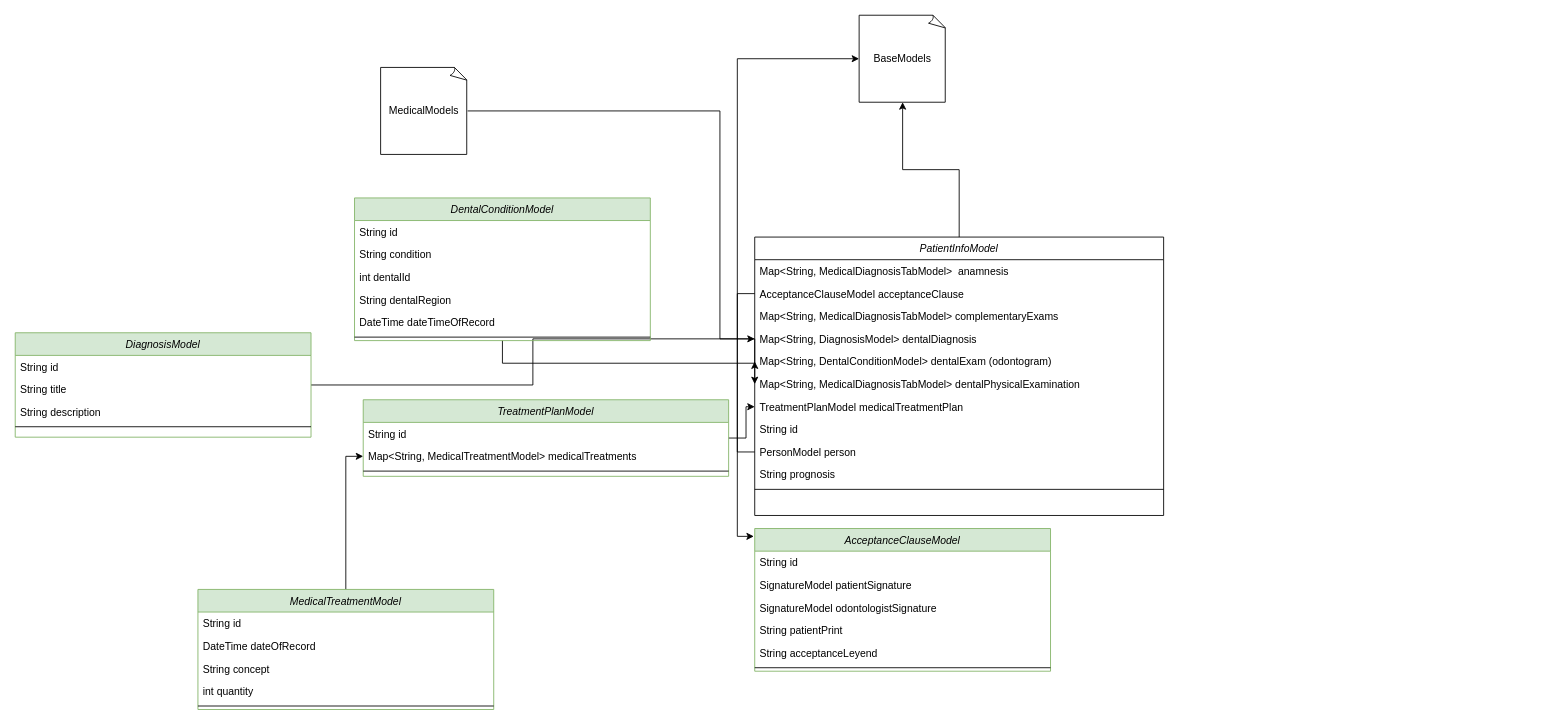
This is page "dentistApp" (7 of 14) of uml/uml_diagrams.drawio from grupo-jocaagura/jocaagura_domain, a draw.io file, before an edit. Source tidied: cells renumbered, new cells numbered last; positions are measured from the earlier drawing's top-left corner, leaving out a move shared by most shapes. Both pictures are drawn from the tidied source at 87%, with x=0, y=0 at pixel (15, 15).
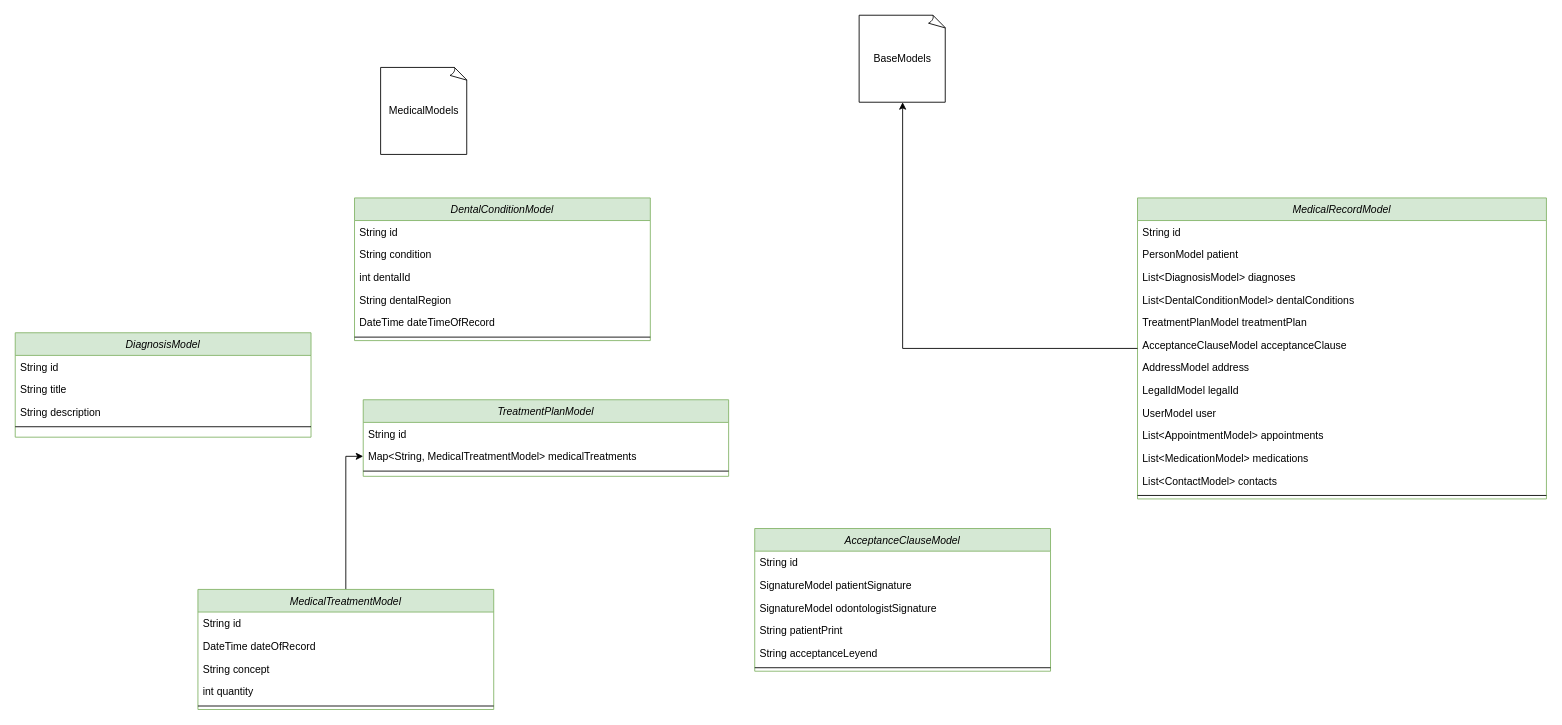
After the change.

The change refers to these unchanged cells:
```xml
<mxCell id="14" value="BaseModels" style="whiteSpace=wrap;html=1;shape=mxgraph.basic.document;" parent="1" vertex="1">
  <mxGeometry x="970" width="100" height="100" as="geometry" />
</mxCell>
<mxCell id="16" value="AcceptanceClauseModel" style="swimlane;fontStyle=2;align=center;verticalAlign=top;horizontal=1;startSize=26;rounded=0;shadow=0;strokeWidth=1;fillColor=#d5e8d4;strokeColor=#82b366;" parent="1" vertex="1">
  <mxGeometry x="850" y="590" width="340" height="164" as="geometry" />
</mxCell>
<mxCell id="33" value="TreatmentPlanModel" style="swimlane;fontStyle=2;align=center;verticalAlign=top;horizontal=1;startSize=26;rounded=0;shadow=0;strokeWidth=1;fillColor=#d5e8d4;strokeColor=#82b366;" parent="1" vertex="1">
  <mxGeometry x="400" y="442" width="420" height="88" as="geometry" />
</mxCell>
<mxCell id="38" value="DiagnosisModel" style="swimlane;fontStyle=2;align=center;verticalAlign=top;horizontal=1;startSize=26;rounded=0;shadow=0;strokeWidth=1;fillColor=#d5e8d4;strokeColor=#82b366;" parent="1" vertex="1">
  <mxGeometry y="365" width="340" height="120" as="geometry" />
</mxCell>
<mxCell id="44" value="DentalConditionModel" style="swimlane;fontStyle=2;align=center;verticalAlign=top;horizontal=1;startSize=26;rounded=0;shadow=0;strokeWidth=1;fillColor=#d5e8d4;strokeColor=#82b366;" parent="1" vertex="1">
  <mxGeometry x="390" y="210" width="340" height="164" as="geometry" />
</mxCell>
<mxCell id="52" value="MedicalModels" style="whiteSpace=wrap;html=1;shape=mxgraph.basic.document;" parent="1" vertex="1">
  <mxGeometry x="420" y="60" width="100" height="100" as="geometry" />
</mxCell>
```

The edit, as a diff of the source:
```diff
@@
-    <mxCell id="2" value="PatientInfoModel" style="swimlane;fontStyle=2;align=center;verticalAlign=top;horizontal=1;startSize=26;rounded=0;shadow=0;strokeWidth=1;" parent="1" vertex="1">
-      <mxGeometry x="850" y="255" width="470" height="320" as="geometry" />
+    <mxCell id="2" value="MedicalRecordModel" style="swimlane;fontStyle=2;align=center;verticalAlign=top;horizontal=1;startSize=26;rounded=0;shadow=0;strokeWidth=1;fillColor=#d5e8d4;strokeColor=#82b366;" parent="1" vertex="1">
+      <mxGeometry x="1290" y="210" width="470" height="346" as="geometry" />
     </mxCell>
-    <mxCell id="3" value="Map&lt;String, MedicalDiagnosisTabModel&gt;  anamnesis" style="text;align=left;verticalAlign=top;spacingLeft=4;spacingRight=4;overflow=hidden;" parent="2" vertex="1">
-      <mxGeometry y="26" width="470" height="26" as="geometry" />
-    </mxCell>
-    <mxCell id="4" value="AcceptanceClauseModel acceptanceClause" style="text;align=left;verticalAlign=top;spacingLeft=4;spacingRight=4;overflow=hidden;points=[[0,0.5],[1,0.5]];portConstraint=eastwest;" parent="2" vertex="1">
-      <mxGeometry y="52" width="470" height="26" as="geometry" />
-    </mxCell>
-    <mxCell id="5" value="Map&lt;String, MedicalDiagnosisTabModel&gt; complementaryExams" style="text;align=left;verticalAlign=top;spacingLeft=4;spacingRight=4;overflow=hidden;" parent="2" vertex="1">
-      <mxGeometry y="78" width="470" height="26" as="geometry" />
-    </mxCell>
-    <mxCell id="6" value="Map&lt;String, DiagnosisModel&gt; dentalDiagnosis" style="text;align=left;verticalAlign=top;spacingLeft=4;spacingRight=4;overflow=hidden;points=[[0,0.5],[1,0.5]];portConstraint=eastwest;" parent="2" vertex="1">
-      <mxGeometry y="104" width="470" height="26" as="geometry" />
-    </mxCell>
-    <mxCell id="7" value="Map&lt;String, DentalConditionModel&gt; dentalExam (odontogram)" style="text;align=left;verticalAlign=top;spacingLeft=4;spacingRight=4;overflow=hidden;points=[[0,0.5],[1,0.5]];portConstraint=eastwest;" parent="2" vertex="1">
-      <mxGeometry y="130" width="470" height="26" as="geometry" />
-    </mxCell>
-    <mxCell id="8" value="Map&lt;String, MedicalDiagnosisTabModel&gt; dentalPhysicalExamination" style="text;align=left;verticalAlign=top;spacingLeft=4;spacingRight=4;overflow=hidden;points=[[0,0.5],[1,0.5]];portConstraint=eastwest;" parent="2" vertex="1">
-      <mxGeometry y="156" width="470" height="26" as="geometry" />
-    </mxCell>
-    <mxCell id="9" value="TreatmentPlanModel medicalTreatmentPlan" style="text;align=left;verticalAlign=top;spacingLeft=4;spacingRight=4;overflow=hidden;points=[[0,0.5],[1,0.5]];portConstraint=eastwest;" parent="2" vertex="1">
-      <mxGeometry y="182" width="470" height="26" as="geometry" />
-    </mxCell>
     <mxCell id="10" value="String id" style="text;align=left;verticalAlign=top;spacingLeft=4;spacingRight=4;overflow=hidden;" parent="2" vertex="1">
-      <mxGeometry y="208" width="470" height="26" as="geometry" />
+      <mxGeometry y="26" width="470" height="26" as="geometry" />
     </mxCell>
-    <mxCell id="11" value="PersonModel person" style="text;align=left;verticalAlign=top;spacingLeft=4;spacingRight=4;overflow=hidden;points=[[0,0.5],[1,0.5]];portConstraint=eastwest;" parent="2" vertex="1">
-      <mxGeometry y="234" width="470" height="26" as="geometry" />
+    <mxCell id="11" value="PersonModel patient" style="text;align=left;verticalAlign=top;spacingLeft=4;spacingRight=4;overflow=hidden;points=[[0,0.5],[1,0.5]];portConstraint=eastwest;" parent="2" vertex="1">
+      <mxGeometry y="52" width="470" height="26" as="geometry" />
     </mxCell>
-    <mxCell id="12" value="String prognosis" style="text;align=left;verticalAlign=top;spacingLeft=4;spacingRight=4;overflow=hidden;" parent="2" vertex="1">
-      <mxGeometry y="260" width="470" height="26" as="geometry" />
+    <mxCell id="12" value="List&lt;DiagnosisModel&gt; diagnoses" style="text;align=left;verticalAlign=top;spacingLeft=4;spacingRight=4;overflow=hidden;" parent="2" vertex="1">
+      <mxGeometry y="78" width="470" height="26" as="geometry" />
     </mxCell>
+    <mxCell id="53" value="List&lt;DentalConditionModel&gt; dentalConditions" style="text;align=left;verticalAlign=top;spacingLeft=4;spacingRight=4;overflow=hidden;" parent="2" vertex="1">
+      <mxGeometry y="104" width="470" height="26" as="geometry" />
+    </mxCell>
+    <mxCell id="54" value="TreatmentPlanModel treatmentPlan" style="text;align=left;verticalAlign=top;spacingLeft=4;spacingRight=4;overflow=hidden;" parent="2" vertex="1">
+      <mxGeometry y="130" width="470" height="26" as="geometry" />
+    </mxCell>
+    <mxCell id="4" value="AcceptanceClauseModel acceptanceClause" style="text;align=left;verticalAlign=top;spacingLeft=4;spacingRight=4;overflow=hidden;points=[[0,0.5],[1,0.5]];portConstraint=eastwest;" parent="2" vertex="1">
+      <mxGeometry y="156" width="470" height="26" as="geometry" />
+    </mxCell>
+    <mxCell id="55" value="AddressModel address" style="text;align=left;verticalAlign=top;spacingLeft=4;spacingRight=4;overflow=hidden;" parent="2" vertex="1">
+      <mxGeometry y="182" width="470" height="26" as="geometry" />
+    </mxCell>
+    <mxCell id="56" value="LegalIdModel legalId" style="text;align=left;verticalAlign=top;spacingLeft=4;spacingRight=4;overflow=hidden;" parent="2" vertex="1">
+      <mxGeometry y="208" width="470" height="26" as="geometry" />
+    </mxCell>
+    <mxCell id="57" value="UserModel user" style="text;align=left;verticalAlign=top;spacingLeft=4;spacingRight=4;overflow=hidden;" parent="2" vertex="1">
+      <mxGeometry y="234" width="470" height="26" as="geometry" />
+    </mxCell>
+    <mxCell id="58" value="List&lt;AppointmentModel&gt; appointments" style="text;align=left;verticalAlign=top;spacingLeft=4;spacingRight=4;overflow=hidden;" parent="2" vertex="1">
+      <mxGeometry y="260" width="470" height="26" as="geometry" />
+    </mxCell>
+    <mxCell id="59" value="List&lt;MedicationModel&gt; medications" style="text;align=left;verticalAlign=top;spacingLeft=4;spacingRight=4;overflow=hidden;" parent="2" vertex="1">
+      <mxGeometry y="286" width="470" height="26" as="geometry" />
+    </mxCell>
+    <mxCell id="60" value="List&lt;ContactModel&gt; contacts" style="text;align=left;verticalAlign=top;spacingLeft=4;spacingRight=4;overflow=hidden;" parent="2" vertex="1">
+      <mxGeometry y="312" width="470" height="26" as="geometry" />
+    </mxCell>
     <mxCell id="13" style="line;html=1;strokeWidth=1;align=left;verticalAlign=middle;spacingTop=-1;spacingLeft=3;spacingRight=3;labelPosition=right;" parent="2" vertex="1">
-      <mxGeometry y="286" width="470" height="8" as="geometry" />
+      <mxGeometry y="338" width="470" height="8" as="geometry" />
     </mxCell>
@@
-    <mxCell id="23" style="edgeStyle=orthogonalEdgeStyle;rounded=0;jettySize=auto;html=1;entryX=0;entryY=0.5;entryDx=0;entryDy=0;entryPerimeter=0;" parent="1" edge="1" source="11" target="14">
-      <mxGeometry relative="1" as="geometry" />
-    </mxCell>
-    <mxCell id="24" style="edgeStyle=orthogonalEdgeStyle;rounded=0;jettySize=auto;html=1;entryX=-0.003;entryY=0.055;entryDx=0;entryDy=0;entryPerimeter=0;" parent="1" edge="1" source="4" target="16">
-      <mxGeometry relative="1" as="geometry" />
-    </mxCell>
@@
-    <mxCell id="32" style="edgeStyle=orthogonalEdgeStyle;rounded=0;jettySize=auto;html=1;entryX=0;entryY=0.5;entryDx=0;entryDy=0;" parent="1" edge="1" source="33" target="9">
-      <mxGeometry relative="1" as="geometry" />
-    </mxCell>
@@
-    <mxCell id="37" style="edgeStyle=orthogonalEdgeStyle;rounded=0;jettySize=auto;html=1;entryX=0;entryY=0.5;entryDx=0;entryDy=0;" parent="1" edge="1" source="38" target="6">
-      <mxGeometry relative="1" as="geometry" />
-    </mxCell>
@@
-    <mxCell id="43" style="edgeStyle=orthogonalEdgeStyle;rounded=0;jettySize=auto;html=1;entryX=0;entryY=0.5;entryDx=0;entryDy=0;" parent="1" edge="1" source="44" target="7">
-      <mxGeometry relative="1" as="geometry">
-        <Array as="points">
-          <mxPoint x="560" y="400" />
-          <mxPoint x="850" y="400" />
-        </Array>
-      </mxGeometry>
-    </mxCell>
@@
-    <mxCell id="51" style="edgeStyle=orthogonalEdgeStyle;rounded=0;jettySize=auto;html=1;entryX=0;entryY=0.5;entryDx=0;entryDy=0;" parent="1" edge="1" source="52" target="8">
-      <mxGeometry relative="1" as="geometry">
-        <Array as="points">
-          <mxPoint x="810" y="110" />
-          <mxPoint x="810" y="372" />
-        </Array>
-      </mxGeometry>
-    </mxCell>
```
